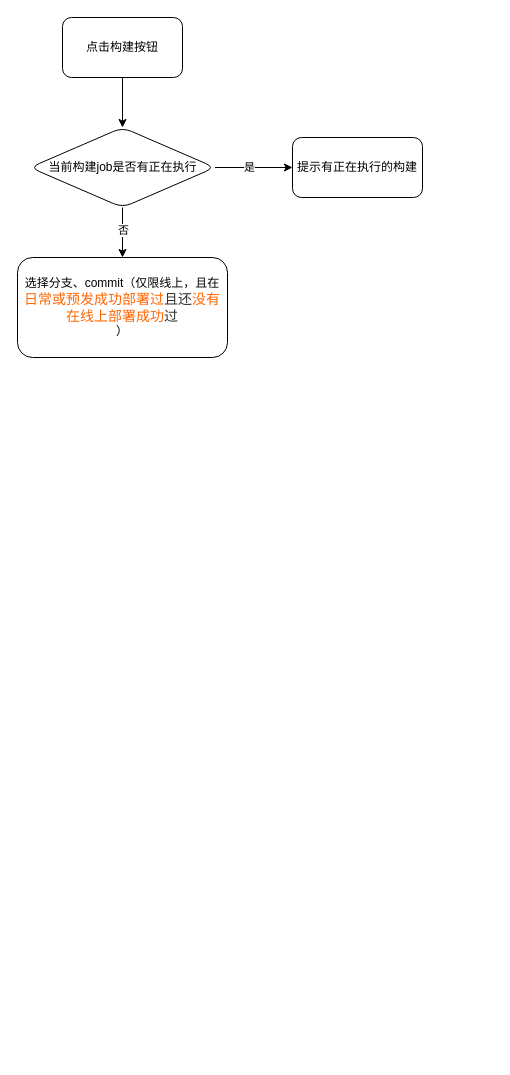
The draw.io diagram build.drawio in wupei-w/diagrams, before the edit. Source tidied: cells renumbered, new cells numbered last; positions are measured from the earlier drawing's top-left corner, leaving out a move shared by most shapes. Both pictures are drawn from the tidied source at 100%, with x=0, y=0 at pixel (17, 17).
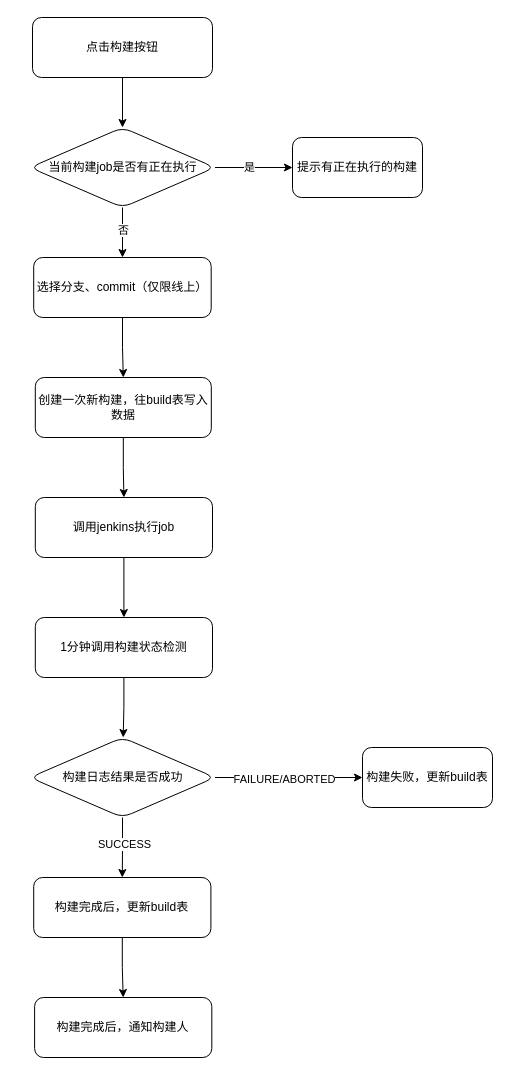
The same diagram, later.

Change to the diagram source:
```diff
@@
     <mxCell id="3" value="点击构建按钮" style="rounded=1;whiteSpace=wrap;html=1;" parent="1" vertex="1">
-      <mxGeometry x="45" width="120" height="60" as="geometry" />
+      <mxGeometry x="15" width="180" height="60" as="geometry" />
     </mxCell>
@@
+    <mxCell id="11" style="edgeStyle=orthogonalEdgeStyle;rounded=0;jettySize=auto;html=1;" parent="1" edge="1" source="9" target="13">
+      <mxGeometry relative="1" as="geometry" />
+    </mxCell>
-    <mxCell id="9" value="选择分支、commit（仅限线上，且在&lt;span style=&quot;font-family: Arial, sans-serif; font-size: 14px; text-align: left; background-color: rgb(255, 255, 255); color: rgb(255, 102, 0);&quot;&gt;日常或预发成功部署过&lt;/span&gt;&lt;span style=&quot;color: rgb(51, 51, 51); font-family: Arial, sans-serif; font-size: 14px; text-align: left; background-color: rgb(255, 255, 255);&quot;&gt;且还&lt;/span&gt;&lt;span style=&quot;font-family: Arial, sans-serif; font-size: 14px; text-align: left; background-color: rgb(255, 255, 255); color: rgb(255, 102, 0);&quot;&gt;没有在线上部署成功&lt;/span&gt;&lt;span style=&quot;color: rgb(51, 51, 51); font-family: Arial, sans-serif; font-size: 14px; text-align: left; background-color: rgb(255, 255, 255);&quot;&gt;过&lt;/span&gt;&lt;br&gt;）" style="whiteSpace=wrap;html=1;rounded=1;" parent="1" vertex="1">
-      <mxGeometry y="240" width="210" height="100" as="geometry" />
+    <mxCell id="9" value="选择分支、commit（仅限线上）" style="whiteSpace=wrap;html=1;rounded=1;" parent="1" vertex="1">
+      <mxGeometry x="16.2" y="240" width="177.5" height="60" as="geometry" />
     </mxCell>
@@
+    <mxCell id="12" style="edgeStyle=orthogonalEdgeStyle;rounded=0;jettySize=auto;html=1;" parent="1" edge="1" source="13" target="15">
+      <mxGeometry relative="1" as="geometry" />
+    </mxCell>
+    <mxCell id="13" value="创建一次新构建，往build表写入数据" style="whiteSpace=wrap;html=1;rounded=1;" parent="1" vertex="1">
+      <mxGeometry x="17.8" y="360" width="176" height="60" as="geometry" />
+    </mxCell>
+    <mxCell id="14" style="edgeStyle=orthogonalEdgeStyle;rounded=0;jettySize=auto;html=1;" parent="1" edge="1" source="15" target="17">
+      <mxGeometry relative="1" as="geometry" />
+    </mxCell>
+    <mxCell id="15" value="调用jenkins执行job" style="whiteSpace=wrap;html=1;rounded=1;" parent="1" vertex="1">
+      <mxGeometry x="17.8" y="480" width="177.2" height="60" as="geometry" />
+    </mxCell>
+    <mxCell id="16" style="edgeStyle=orthogonalEdgeStyle;rounded=0;jettySize=auto;html=1;" parent="1" edge="1" source="17">
+      <mxGeometry relative="1" as="geometry">
+        <mxPoint x="105.7" y="720" as="targetPoint" />
+      </mxGeometry>
+    </mxCell>
+    <mxCell id="17" value="1分钟调用构建状态检测" style="whiteSpace=wrap;html=1;rounded=1;" parent="1" vertex="1">
+      <mxGeometry x="17.8" y="600" width="177.2" height="60" as="geometry" />
+    </mxCell>
+    <mxCell id="18" value="构建完成后，通知构建人" style="whiteSpace=wrap;html=1;rounded=1;" parent="1" vertex="1">
+      <mxGeometry x="17.1" y="980" width="177.2" height="60" as="geometry" />
+    </mxCell>
+    <mxCell id="19" style="edgeStyle=orthogonalEdgeStyle;rounded=0;jettySize=auto;html=1;" parent="1" edge="1" source="23" target="25">
+      <mxGeometry relative="1" as="geometry" />
+    </mxCell>
+    <mxCell id="20" value="SUCCESS" style="edgeLabel;html=1;align=center;verticalAlign=middle;" parent="19" vertex="1">
+      <mxGeometry x="-0.15" y="1" relative="1" as="geometry" />
+    </mxCell>
+    <mxCell id="21" style="edgeStyle=orthogonalEdgeStyle;rounded=0;jettySize=auto;html=1;" parent="1" edge="1" source="23" target="26">
+      <mxGeometry relative="1" as="geometry" />
+    </mxCell>
+    <mxCell id="22" value="FAILURE/ABORTED" style="edgeLabel;html=1;align=center;verticalAlign=middle;" parent="21" vertex="1">
+      <mxGeometry x="-0.06" y="-1" relative="1" as="geometry" />
+    </mxCell>
+    <mxCell id="23" value="构建日志结果是否成功" style="rhombus;whiteSpace=wrap;html=1;rounded=1;" parent="1" vertex="1">
+      <mxGeometry x="12.5" y="720" width="185" height="80" as="geometry" />
+    </mxCell>
+    <mxCell id="24" style="edgeStyle=orthogonalEdgeStyle;rounded=0;jettySize=auto;html=1;" parent="1" edge="1" source="25" target="18">
+      <mxGeometry relative="1" as="geometry" />
+    </mxCell>
+    <mxCell id="25" value="构建完成后，更新build表" style="whiteSpace=wrap;html=1;rounded=1;" parent="1" vertex="1">
+      <mxGeometry x="16.2" y="860" width="177.2" height="60" as="geometry" />
+    </mxCell>
+    <mxCell id="26" value="构建失败，更新build表" style="whiteSpace=wrap;html=1;rounded=1;" parent="1" vertex="1">
+      <mxGeometry x="345" y="730" width="130" height="60" as="geometry" />
+    </mxCell>
```
